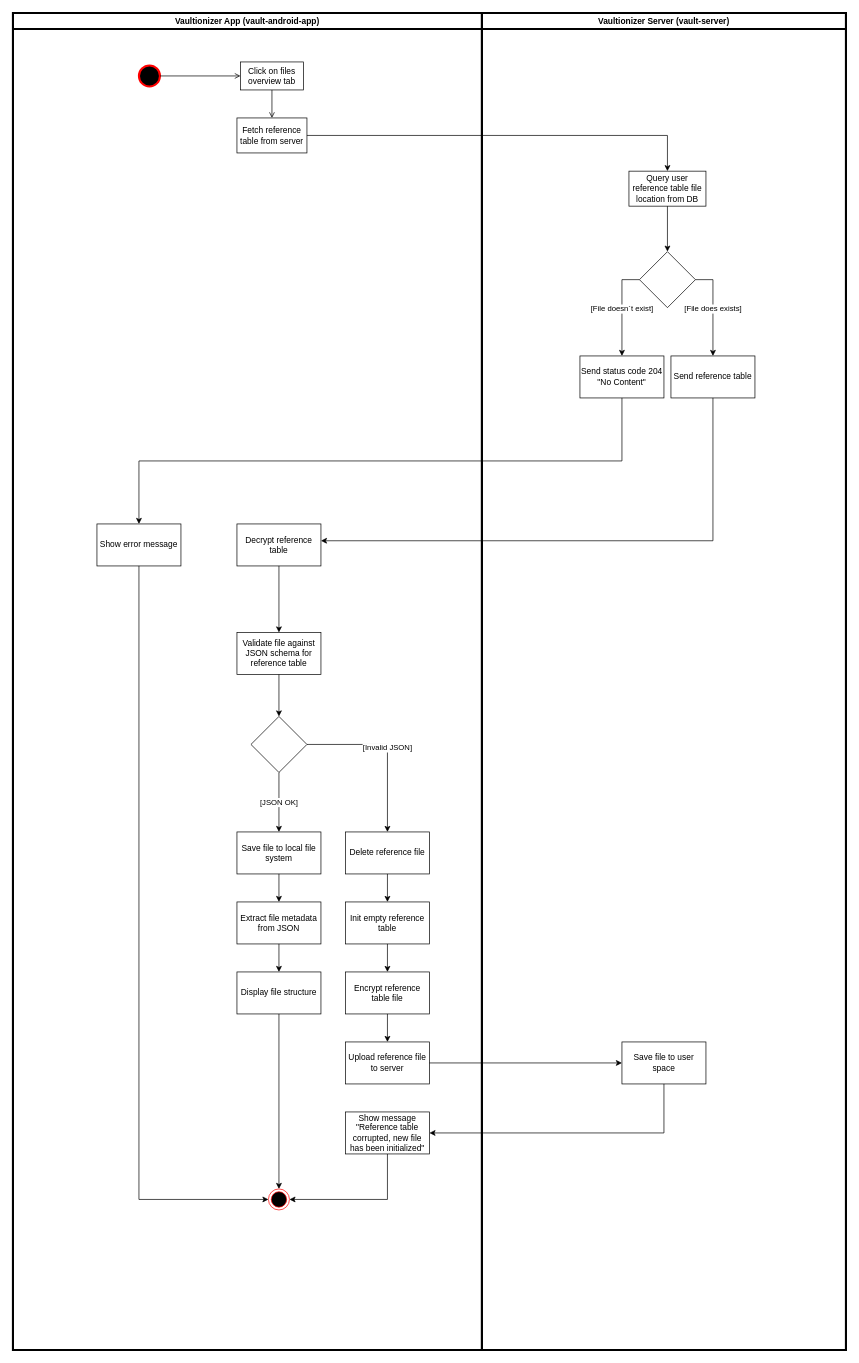
Earlier version of the draw.io diagram img/use_cases/uc_show_file_structure.drawio (Vaultionizer/vault-docs). Source tidied: cells renumbered, new cells numbered last; positions are measured from the earlier drawing's top-left corner, leaving out a move shared by most shapes. Both pictures are drawn from the tidied source at 70%, with x=0, y=0 at pixel (13, 13).
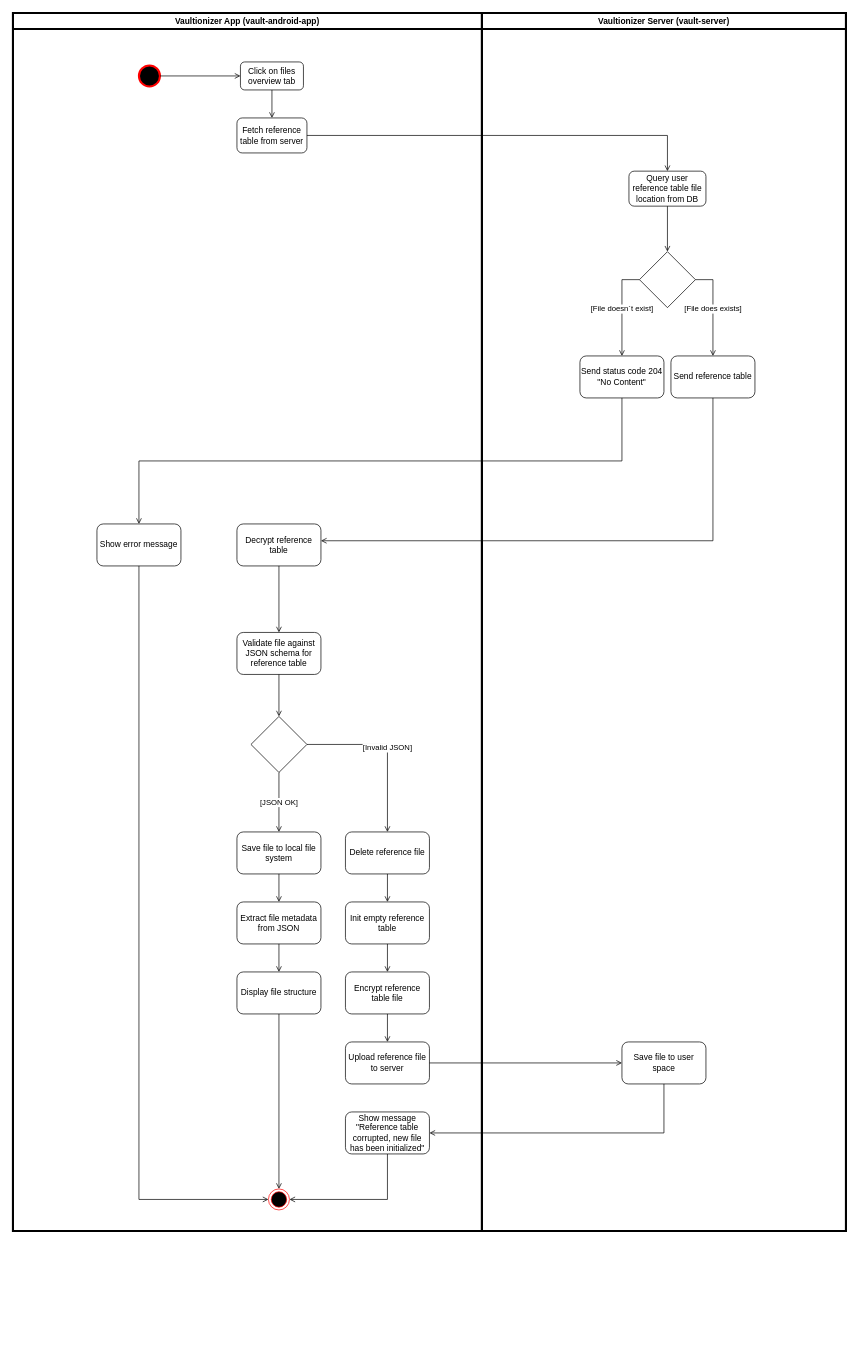
Above is the later version.

The change refers to these unchanged cells:
```xml
<mxCell id="2" style="group;" parent="1" vertex="1">
  <mxGeometry width="670" height="1910" as="geometry" />
</mxCell>
<mxCell id="12" style="rhombus;whiteSpace=wrap;html=1;rounded=0;" parent="5" vertex="1">
  <mxGeometry x="340" y="1005" width="80" height="80" as="geometry" />
</mxCell>
<mxCell id="23" style="ellipse;html=1;shape=endState;fillColor=#000000;strokeColor=#ff0000;" parent="5" vertex="1">
  <mxGeometry x="365" y="1680" width="30" height="30" as="geometry" />
</mxCell>
<mxCell id="39" style="rhombus;whiteSpace=wrap;html=1;rounded=0;" parent="34" vertex="1">
  <mxGeometry x="225" y="341" width="80" height="80" as="geometry" />
</mxCell>
```

Diff of the diagram source:
```diff
@@
-    <mxCell id="3" value="Click on files overview tab" style="rounded=0;whiteSpace=wrap;html=1;" parent="2" vertex="1">
+    <mxCell id="3" value="Click on files overview tab" style="rounded=1;whiteSpace=wrap;html=1;" parent="2" vertex="1">
       <mxGeometry x="325" y="70" width="90" height="40" as="geometry" />
     </mxCell>
@@
     <mxCell id="5" value="Vaultionizer App (vault-android-app)" style="swimlane;strokeWidth=3;" parent="2" vertex="1">
-      <mxGeometry width="670" height="1910" as="geometry" />
+      <mxGeometry width="670" height="1740" as="geometry" />
     </mxCell>
@@
-    <mxCell id="7" value="Fetch reference table from server" style="rounded=0;whiteSpace=wrap;html=1;" parent="5" vertex="1">
+    <mxCell id="7" value="Fetch reference table from server" style="rounded=1;whiteSpace=wrap;html=1;" parent="5" vertex="1">
       <mxGeometry x="320" y="150" width="100" height="50" as="geometry" />
     </mxCell>
-    <mxCell id="8" value="Decrypt reference table" style="whiteSpace=wrap;html=1;rounded=0;" parent="5" vertex="1">
+    <mxCell id="8" value="Decrypt reference table" style="whiteSpace=wrap;html=1;rounded=1;" parent="5" vertex="1">
       <mxGeometry x="320" y="730" width="120" height="60" as="geometry" />
     </mxCell>
-    <mxCell id="9" value="Validate file against JSON schema for reference table" style="whiteSpace=wrap;html=1;rounded=0;" parent="5" vertex="1">
+    <mxCell id="9" value="Validate file against JSON schema for reference table" style="whiteSpace=wrap;html=1;rounded=1;" parent="5" vertex="1">
       <mxGeometry x="320" y="885" width="120" height="60" as="geometry" />
     </mxCell>
-    <mxCell id="10" style="edgeStyle=orthogonalEdgeStyle;rounded=0;jettySize=auto;html=1;" parent="5" edge="1" source="8" target="9">
+    <mxCell id="10" style="edgeStyle=orthogonalEdgeStyle;rounded=0;jettySize=auto;html=1;endArrow=open;endFill=0;" parent="5" edge="1" source="8" target="9">
       <mxGeometry relative="1" as="geometry" />
     </mxCell>
-    <mxCell id="11" value="Save file to local file system" style="whiteSpace=wrap;html=1;rounded=0;" parent="5" vertex="1">
+    <mxCell id="11" value="Save file to local file system" style="whiteSpace=wrap;html=1;rounded=1;" parent="5" vertex="1">
       <mxGeometry x="320" y="1170" width="120" height="60" as="geometry" />
     </mxCell>
@@
-    <mxCell id="13" style="edgeStyle=orthogonalEdgeStyle;rounded=0;jettySize=auto;html=1;" parent="5" edge="1" source="9" target="12">
+    <mxCell id="13" style="edgeStyle=orthogonalEdgeStyle;rounded=0;jettySize=auto;html=1;endArrow=open;endFill=0;" parent="5" edge="1" source="9" target="12">
       <mxGeometry relative="1" as="geometry" />
     </mxCell>
-    <mxCell id="14" value="[JSON OK]" style="edgeStyle=orthogonalEdgeStyle;rounded=0;jettySize=auto;html=1;" parent="5" edge="1" source="12" target="11">
+    <mxCell id="14" value="[JSON OK]" style="edgeStyle=orthogonalEdgeStyle;rounded=0;jettySize=auto;html=1;endArrow=open;endFill=0;" parent="5" edge="1" source="12" target="11">
       <mxGeometry relative="1" as="geometry" />
     </mxCell>
-    <mxCell id="15" value="Extract file metadata from JSON" style="whiteSpace=wrap;html=1;rounded=0;" parent="5" vertex="1">
+    <mxCell id="15" value="Extract file metadata from JSON" style="whiteSpace=wrap;html=1;rounded=1;" parent="5" vertex="1">
       <mxGeometry x="320" y="1270" width="120" height="60" as="geometry" />
     </mxCell>
-    <mxCell id="16" style="edgeStyle=orthogonalEdgeStyle;rounded=0;jettySize=auto;html=1;exitX=0.5;exitY=1;exitDx=0;exitDy=0;" parent="5" edge="1" source="11" target="15">
+    <mxCell id="16" style="edgeStyle=orthogonalEdgeStyle;rounded=0;jettySize=auto;html=1;exitX=0.5;exitY=1;exitDx=0;exitDy=0;endArrow=open;endFill=0;" parent="5" edge="1" source="11" target="15">
       <mxGeometry relative="1" as="geometry" />
     </mxCell>
-    <mxCell id="17" style="edgeStyle=orthogonalEdgeStyle;rounded=0;jettySize=auto;html=1;exitX=0.5;exitY=1;exitDx=0;exitDy=0;entryX=0.5;entryY=0;entryDx=0;entryDy=0;" parent="5" edge="1" source="18" target="23">
+    <mxCell id="17" style="edgeStyle=orthogonalEdgeStyle;rounded=0;jettySize=auto;html=1;exitX=0.5;exitY=1;exitDx=0;exitDy=0;entryX=0.5;entryY=0;entryDx=0;entryDy=0;endArrow=open;endFill=0;" parent="5" edge="1" source="18" target="23">
       <mxGeometry relative="1" as="geometry" />
     </mxCell>
-    <mxCell id="18" value="Display file structure" style="whiteSpace=wrap;html=1;rounded=0;" parent="5" vertex="1">
+    <mxCell id="18" value="Display file structure" style="whiteSpace=wrap;html=1;rounded=1;" parent="5" vertex="1">
       <mxGeometry x="320" y="1370" width="120" height="60" as="geometry" />
     </mxCell>
-    <mxCell id="19" style="edgeStyle=orthogonalEdgeStyle;rounded=0;jettySize=auto;html=1;" parent="5" edge="1" source="15" target="18">
+    <mxCell id="19" style="edgeStyle=orthogonalEdgeStyle;rounded=0;jettySize=auto;html=1;endArrow=open;endFill=0;" parent="5" edge="1" source="15" target="18">
       <mxGeometry relative="1" as="geometry" />
     </mxCell>
-    <mxCell id="20" value="Delete reference file" style="whiteSpace=wrap;html=1;rounded=0;" parent="5" vertex="1">
+    <mxCell id="20" value="Delete reference file" style="whiteSpace=wrap;html=1;rounded=1;" parent="5" vertex="1">
       <mxGeometry x="475" y="1170" width="120" height="60" as="geometry" />
     </mxCell>
-    <mxCell id="21" value="[Invalid JSON]" style="edgeStyle=orthogonalEdgeStyle;rounded=0;jettySize=auto;html=1;" parent="5" edge="1" source="12" target="20">
+    <mxCell id="21" value="[Invalid JSON]" style="edgeStyle=orthogonalEdgeStyle;rounded=0;jettySize=auto;html=1;endArrow=open;endFill=0;" parent="5" edge="1" source="12" target="20">
       <mxGeometry relative="1" as="geometry" />
     </mxCell>
-    <mxCell id="22" value="Show error message" style="whiteSpace=wrap;html=1;rounded=0;" parent="5" vertex="1">
+    <mxCell id="22" value="Show error message" style="whiteSpace=wrap;html=1;rounded=1;" parent="5" vertex="1">
       <mxGeometry x="120" y="730" width="120" height="60" as="geometry" />
     </mxCell>
@@
-    <mxCell id="24" style="edgeStyle=orthogonalEdgeStyle;rounded=0;jettySize=auto;html=1;exitX=0.5;exitY=1;exitDx=0;exitDy=0;entryX=0;entryY=0.5;entryDx=0;entryDy=0;" parent="5" edge="1" source="22" target="23">
+    <mxCell id="24" style="edgeStyle=orthogonalEdgeStyle;rounded=0;jettySize=auto;html=1;exitX=0.5;exitY=1;exitDx=0;exitDy=0;entryX=0;entryY=0.5;entryDx=0;entryDy=0;endArrow=open;endFill=0;" parent="5" edge="1" source="22" target="23">
       <mxGeometry relative="1" as="geometry" />
     </mxCell>
-    <mxCell id="25" value="Init empty reference table" style="whiteSpace=wrap;html=1;rounded=0;" parent="5" vertex="1">
+    <mxCell id="25" value="Init empty reference table" style="whiteSpace=wrap;html=1;rounded=1;" parent="5" vertex="1">
       <mxGeometry x="475" y="1270" width="120" height="60" as="geometry" />
     </mxCell>
-    <mxCell id="26" style="edgeStyle=orthogonalEdgeStyle;rounded=0;jettySize=auto;html=1;" parent="5" edge="1" source="20" target="25">
+    <mxCell id="26" style="edgeStyle=orthogonalEdgeStyle;rounded=0;jettySize=auto;html=1;endArrow=open;endFill=0;" parent="5" edge="1" source="20" target="25">
       <mxGeometry relative="1" as="geometry" />
     </mxCell>
-    <mxCell id="27" value="Encrypt reference table file" style="whiteSpace=wrap;html=1;rounded=0;" parent="5" vertex="1">
+    <mxCell id="27" value="Encrypt reference table file" style="whiteSpace=wrap;html=1;rounded=1;" parent="5" vertex="1">
       <mxGeometry x="475" y="1370" width="120" height="60" as="geometry" />
     </mxCell>
-    <mxCell id="28" style="edgeStyle=orthogonalEdgeStyle;rounded=0;jettySize=auto;html=1;" parent="5" edge="1" source="25" target="27">
+    <mxCell id="28" style="edgeStyle=orthogonalEdgeStyle;rounded=0;jettySize=auto;html=1;endArrow=open;endFill=0;" parent="5" edge="1" source="25" target="27">
       <mxGeometry relative="1" as="geometry" />
     </mxCell>
-    <mxCell id="29" value="Upload reference file to server" style="whiteSpace=wrap;html=1;rounded=0;" parent="5" vertex="1">
+    <mxCell id="29" value="Upload reference file to server" style="whiteSpace=wrap;html=1;rounded=1;" parent="5" vertex="1">
       <mxGeometry x="475" y="1470" width="120" height="60" as="geometry" />
     </mxCell>
-    <mxCell id="30" style="edgeStyle=orthogonalEdgeStyle;rounded=0;jettySize=auto;html=1;" parent="5" edge="1" source="27" target="29">
+    <mxCell id="30" style="edgeStyle=orthogonalEdgeStyle;rounded=0;jettySize=auto;html=1;endArrow=open;endFill=0;" parent="5" edge="1" source="27" target="29">
       <mxGeometry relative="1" as="geometry" />
     </mxCell>
-    <mxCell id="31" style="edgeStyle=orthogonalEdgeStyle;rounded=0;jettySize=auto;html=1;exitX=0.5;exitY=1;exitDx=0;exitDy=0;entryX=1;entryY=0.5;entryDx=0;entryDy=0;" parent="5" edge="1" source="32" target="23">
+    <mxCell id="31" style="edgeStyle=orthogonalEdgeStyle;rounded=0;jettySize=auto;html=1;exitX=0.5;exitY=1;exitDx=0;exitDy=0;entryX=1;entryY=0.5;entryDx=0;entryDy=0;endArrow=open;endFill=0;" parent="5" edge="1" source="32" target="23">
       <mxGeometry relative="1" as="geometry" />
     </mxCell>
-    <mxCell id="32" value="Show message &quot;Reference table corrupted, new file has been initialized&quot;" style="whiteSpace=wrap;html=1;rounded=0;" parent="5" vertex="1">
+    <mxCell id="32" value="Show message &quot;Reference table corrupted, new file has been initialized&quot;" style="whiteSpace=wrap;html=1;rounded=1;" parent="5" vertex="1">
       <mxGeometry x="475" y="1570" width="120" height="60" as="geometry" />
     </mxCell>
@@
     <mxCell id="34" value="Vaultionizer Server (vault-server)" style="swimlane;strokeWidth=3;" parent="1" vertex="1">
-      <mxGeometry x="670" width="520" height="1910" as="geometry" />
+      <mxGeometry x="670" width="520" height="1740" as="geometry" />
     </mxCell>
-    <mxCell id="35" value="Query user reference table file location from DB" style="rounded=0;whiteSpace=wrap;html=1;" parent="34" vertex="1">
+    <mxCell id="35" value="Query user reference table file location from DB" style="rounded=1;whiteSpace=wrap;html=1;" parent="34" vertex="1">
       <mxGeometry x="210" y="226" width="110" height="50" as="geometry" />
     </mxCell>
-    <mxCell id="36" style="edgeStyle=orthogonalEdgeStyle;rounded=0;jettySize=auto;html=1;exitX=0.5;exitY=1;exitDx=0;exitDy=0;" parent="34" edge="1" source="35" target="39">
+    <mxCell id="36" style="edgeStyle=orthogonalEdgeStyle;rounded=0;jettySize=auto;html=1;exitX=0.5;exitY=1;exitDx=0;exitDy=0;endArrow=open;endFill=0;" parent="34" edge="1" source="35" target="39">
       <mxGeometry relative="1" as="geometry" />
     </mxCell>
-    <mxCell id="37" value="Send status code &lt;span id=&quot;code204&quot;&gt;&lt;/span&gt;204 &quot;No Content&quot;" style="whiteSpace=wrap;html=1;rounded=0;" parent="34" vertex="1">
+    <mxCell id="37" value="Send status code &lt;span id=&quot;code204&quot;&gt;&lt;/span&gt;204 &quot;No Content&quot;" style="whiteSpace=wrap;html=1;rounded=1;" parent="34" vertex="1">
       <mxGeometry x="140" y="490" width="120" height="60" as="geometry" />
     </mxCell>
-    <mxCell id="38" value="Send reference table " style="whiteSpace=wrap;html=1;rounded=0;" parent="34" vertex="1">
+    <mxCell id="38" value="Send reference table " style="whiteSpace=wrap;html=1;rounded=1;" parent="34" vertex="1">
       <mxGeometry x="270" y="490" width="120" height="60" as="geometry" />
     </mxCell>
@@
-    <mxCell id="40" value="[File doesn´t exist]" style="edgeStyle=orthogonalEdgeStyle;rounded=0;jettySize=auto;html=1;entryX=0.5;entryY=0;entryDx=0;entryDy=0;exitX=0;exitY=0.5;exitDx=0;exitDy=0;" parent="34" edge="1" source="39" target="37">
+    <mxCell id="40" value="[File doesn´t exist]" style="edgeStyle=orthogonalEdgeStyle;rounded=0;jettySize=auto;html=1;entryX=0.5;entryY=0;entryDx=0;entryDy=0;exitX=0;exitY=0.5;exitDx=0;exitDy=0;endArrow=open;endFill=0;" parent="34" edge="1" source="39" target="37">
       <mxGeometry relative="1" as="geometry" />
     </mxCell>
-    <mxCell id="41" value="[File does exists]" style="edgeStyle=orthogonalEdgeStyle;rounded=0;jettySize=auto;html=1;exitX=1;exitY=0.5;exitDx=0;exitDy=0;" parent="34" edge="1" source="39" target="38">
+    <mxCell id="41" value="[File does exists]" style="edgeStyle=orthogonalEdgeStyle;rounded=0;jettySize=auto;html=1;exitX=1;exitY=0.5;exitDx=0;exitDy=0;endArrow=open;endFill=0;" parent="34" edge="1" source="39" target="38">
       <mxGeometry relative="1" as="geometry" />
     </mxCell>
-    <mxCell id="42" value="Save file to user space" style="whiteSpace=wrap;html=1;rounded=0;" parent="34" vertex="1">
+    <mxCell id="42" value="Save file to user space" style="whiteSpace=wrap;html=1;rounded=1;" parent="34" vertex="1">
       <mxGeometry x="200" y="1470" width="120" height="60" as="geometry" />
     </mxCell>
-    <mxCell id="43" style="edgeStyle=orthogonalEdgeStyle;rounded=0;jettySize=auto;html=1;entryX=0.5;entryY=0;entryDx=0;entryDy=0;" parent="1" edge="1" source="7" target="35">
+    <mxCell id="43" style="edgeStyle=orthogonalEdgeStyle;rounded=0;jettySize=auto;html=1;entryX=0.5;entryY=0;entryDx=0;entryDy=0;endArrow=open;endFill=0;" parent="1" edge="1" source="7" target="35">
       <mxGeometry relative="1" as="geometry" />
     </mxCell>
-    <mxCell id="44" style="edgeStyle=orthogonalEdgeStyle;rounded=0;jettySize=auto;html=1;exitX=0.5;exitY=1;exitDx=0;exitDy=0;entryX=1;entryY=0.4;entryDx=0;entryDy=0;entryPerimeter=0;" parent="1" edge="1" source="38" target="8">
+    <mxCell id="44" style="edgeStyle=orthogonalEdgeStyle;rounded=0;jettySize=auto;html=1;exitX=0.5;exitY=1;exitDx=0;exitDy=0;entryX=1;entryY=0.4;entryDx=0;entryDy=0;entryPerimeter=0;endArrow=open;endFill=0;" parent="1" edge="1" source="38" target="8">
       <mxGeometry relative="1" as="geometry" />
     </mxCell>
-    <mxCell id="45" style="edgeStyle=orthogonalEdgeStyle;rounded=0;jettySize=auto;html=1;entryX=0.5;entryY=0;entryDx=0;entryDy=0;exitX=0.5;exitY=1;exitDx=0;exitDy=0;" parent="1" edge="1" source="37" target="22">
+    <mxCell id="45" style="edgeStyle=orthogonalEdgeStyle;rounded=0;jettySize=auto;html=1;entryX=0.5;entryY=0;entryDx=0;entryDy=0;exitX=0.5;exitY=1;exitDx=0;exitDy=0;endArrow=open;endFill=0;" parent="1" edge="1" source="37" target="22">
       <mxGeometry relative="1" as="geometry" />
     </mxCell>
-    <mxCell id="46" style="edgeStyle=orthogonalEdgeStyle;rounded=0;jettySize=auto;html=1;" parent="1" edge="1" source="29" target="42">
+    <mxCell id="46" style="edgeStyle=orthogonalEdgeStyle;rounded=0;jettySize=auto;html=1;endArrow=open;endFill=0;" parent="1" edge="1" source="29" target="42">
       <mxGeometry relative="1" as="geometry" />
     </mxCell>
-    <mxCell id="47" style="edgeStyle=orthogonalEdgeStyle;rounded=0;jettySize=auto;html=1;exitX=0.5;exitY=1;exitDx=0;exitDy=0;entryX=1;entryY=0.5;entryDx=0;entryDy=0;" parent="1" edge="1" source="42" target="32">
+    <mxCell id="47" style="edgeStyle=orthogonalEdgeStyle;rounded=0;jettySize=auto;html=1;exitX=0.5;exitY=1;exitDx=0;exitDy=0;entryX=1;entryY=0.5;entryDx=0;entryDy=0;endArrow=open;endFill=0;" parent="1" edge="1" source="42" target="32">
       <mxGeometry relative="1" as="geometry" />
     </mxCell>
```
